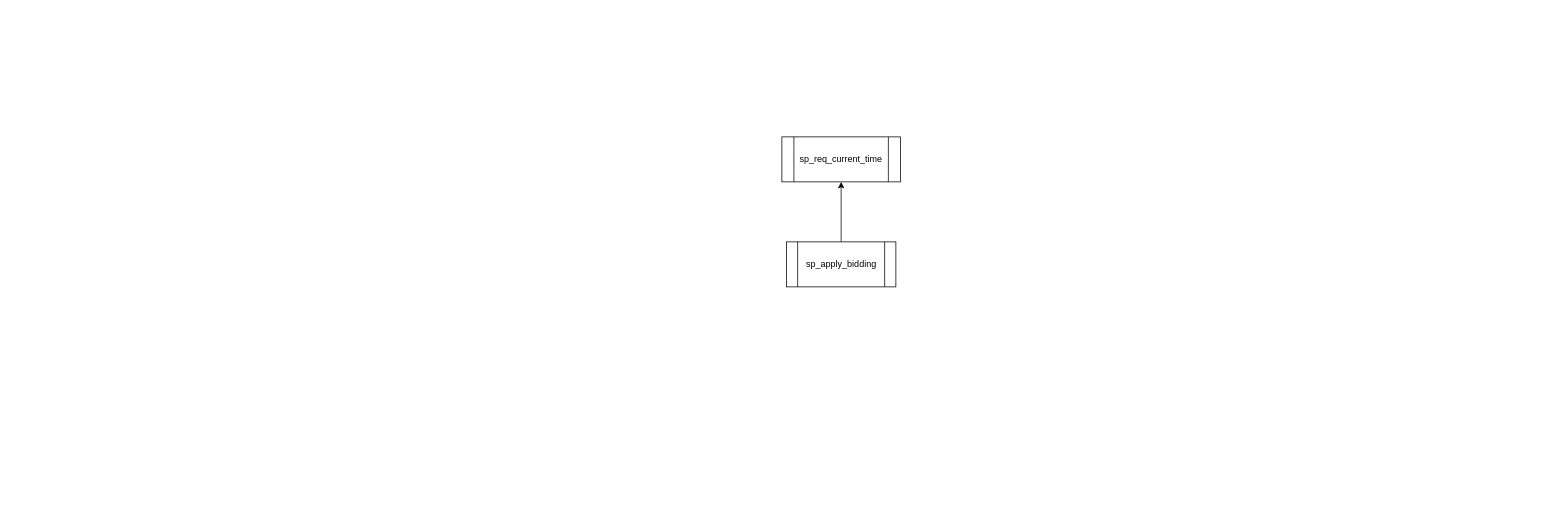
Earlier version of the draw.io diagram sp_apply_bidding.drawio (Leo-Nam/chium_draw). Source tidied: cells renumbered, new cells numbered last; positions are measured from the earlier drawing's top-left corner, leaving out a move shared by most shapes. Both pictures are drawn from the tidied source at 75%, with x=0, y=0 at pixel (782, 136).
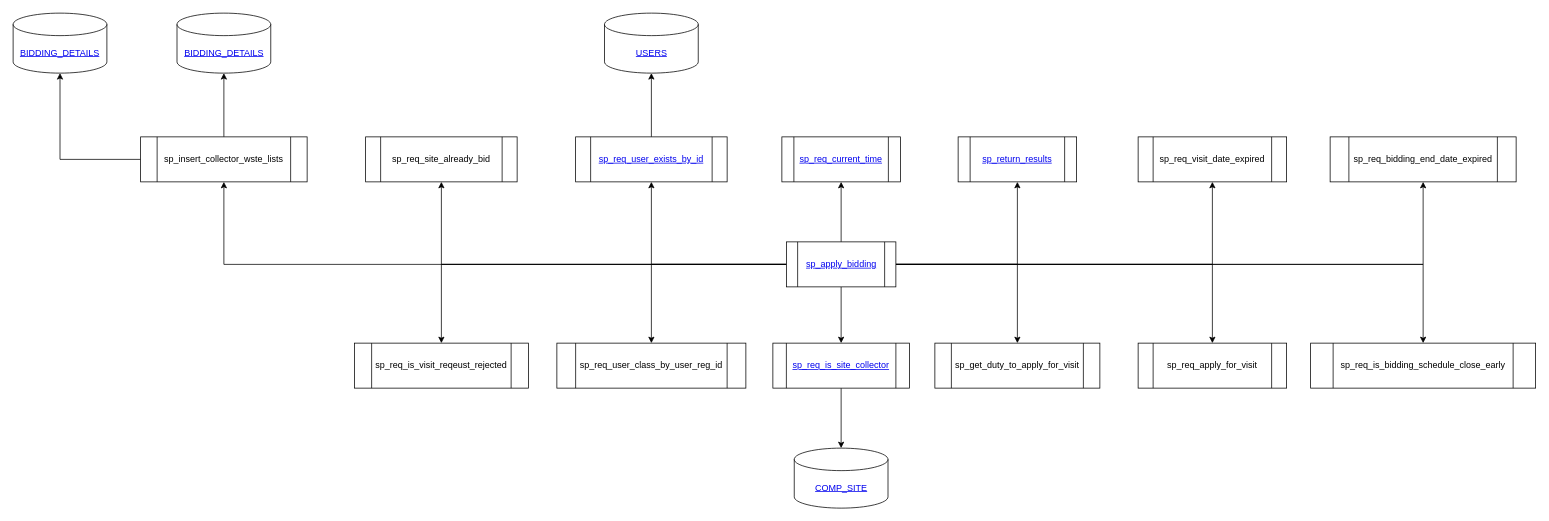
The same diagram, later.

Commit message (it also covers changes not shown here):
sp_insert_collector_wste_lists

The edit, as a diff of the source:
```diff
@@
+    <mxCell id="5" style="edgeStyle=orthogonalEdgeStyle;rounded=0;jettySize=auto;html=1;entryX=0.5;entryY=1;entryDx=0;entryDy=0;" parent="1" edge="1" source="3" target="17">
+      <mxGeometry relative="1" as="geometry" />
+    </mxCell>
+    <mxCell id="6" style="edgeStyle=orthogonalEdgeStyle;rounded=0;jettySize=auto;html=1;entryX=0.5;entryY=1;entryDx=0;entryDy=0;" parent="1" edge="1" source="3" target="19">
+      <mxGeometry relative="1" as="geometry" />
+    </mxCell>
+    <mxCell id="7" style="edgeStyle=orthogonalEdgeStyle;rounded=0;jettySize=auto;html=1;entryX=0.5;entryY=1;entryDx=0;entryDy=0;" parent="1" edge="1" source="3" target="20">
+      <mxGeometry relative="1" as="geometry" />
+    </mxCell>
+    <mxCell id="8" style="edgeStyle=orthogonalEdgeStyle;rounded=0;jettySize=auto;html=1;entryX=0.5;entryY=0;entryDx=0;entryDy=0;" parent="1" edge="1" source="3" target="21">
+      <mxGeometry relative="1" as="geometry" />
+    </mxCell>
+    <mxCell id="9" style="edgeStyle=orthogonalEdgeStyle;rounded=0;jettySize=auto;html=1;" parent="1" edge="1" source="3" target="23">
+      <mxGeometry relative="1" as="geometry" />
+    </mxCell>
+    <mxCell id="10" style="edgeStyle=orthogonalEdgeStyle;rounded=0;jettySize=auto;html=1;entryX=0.5;entryY=0;entryDx=0;entryDy=0;" parent="1" edge="1" source="3" target="26">
+      <mxGeometry relative="1" as="geometry" />
+    </mxCell>
+    <mxCell id="11" style="edgeStyle=orthogonalEdgeStyle;rounded=0;jettySize=auto;html=1;entryX=0.5;entryY=1;entryDx=0;entryDy=0;" parent="1" edge="1" source="3" target="27">
+      <mxGeometry relative="1" as="geometry" />
+    </mxCell>
+    <mxCell id="12" style="edgeStyle=orthogonalEdgeStyle;rounded=0;jettySize=auto;html=1;entryX=0.5;entryY=0;entryDx=0;entryDy=0;" parent="1" edge="1" source="3" target="28">
+      <mxGeometry relative="1" as="geometry" />
+    </mxCell>
+    <mxCell id="13" style="edgeStyle=orthogonalEdgeStyle;rounded=0;jettySize=auto;html=1;entryX=0.5;entryY=0;entryDx=0;entryDy=0;" parent="1" edge="1" source="3" target="29">
+      <mxGeometry relative="1" as="geometry" />
+    </mxCell>
+    <mxCell id="14" style="edgeStyle=orthogonalEdgeStyle;rounded=0;jettySize=auto;html=1;entryX=0.5;entryY=1;entryDx=0;entryDy=0;" parent="1" edge="1" source="3" target="30">
+      <mxGeometry relative="1" as="geometry" />
+    </mxCell>
+    <mxCell id="15" style="edgeStyle=orthogonalEdgeStyle;rounded=0;jettySize=auto;html=1;entryX=0.5;entryY=0;entryDx=0;entryDy=0;" parent="1" edge="1" source="3" target="31">
+      <mxGeometry relative="1" as="geometry" />
+    </mxCell>
+    <mxCell id="16" style="edgeStyle=orthogonalEdgeStyle;rounded=0;jettySize=auto;html=1;entryX=0.5;entryY=1;entryDx=0;entryDy=0;" parent="1" edge="1" source="3" target="34">
+      <mxGeometry relative="1" as="geometry" />
+    </mxCell>
-    <mxCell id="3" value="sp_apply_bidding" style="shape=process;whiteSpace=wrap;html=1;backgroundOutline=1;" parent="1" vertex="1">
+    <mxCell id="3" value="&lt;a href=&quot;https://github.com/Leo-Nam/chium_draw/blob/master/sp_apply_bidding.drawio&quot;&gt;sp_apply_bidding&lt;/a&gt;" style="shape=process;whiteSpace=wrap;html=1;backgroundOutline=1;" parent="1" vertex="1">
       <mxGeometry x="6" y="140" width="146" height="60" as="geometry" />
     </mxCell>
-    <mxCell id="4" value="sp_req_current_time" style="shape=process;whiteSpace=wrap;html=1;backgroundOutline=1;" parent="1" vertex="1">
+    <mxCell id="4" value="&lt;a href=&quot;https://www.notion.so/sp_req_current_time-1454565caebf4d388516896cf44f081d&quot;&gt;sp_req_current_time&lt;/a&gt;" style="shape=process;whiteSpace=wrap;html=1;backgroundOutline=1;" parent="1" vertex="1">
       <mxGeometry width="158" height="60" as="geometry" />
     </mxCell>
+    <mxCell id="17" value="&lt;a href=&quot;https://www.notion.so/sp_return_results-b1f5b4a13f4d4b1788f853a92adec7d1&quot;&gt;sp_return_results&lt;/a&gt;" style="shape=process;whiteSpace=wrap;html=1;backgroundOutline=1;" parent="1" vertex="1">
+      <mxGeometry x="235" width="158" height="60" as="geometry" />
+    </mxCell>
+    <mxCell id="18" style="edgeStyle=orthogonalEdgeStyle;rounded=0;jettySize=auto;html=1;entryX=0.5;entryY=1;entryDx=0;entryDy=0;entryPerimeter=0;" parent="1" edge="1" source="19" target="25">
+      <mxGeometry relative="1" as="geometry" />
+    </mxCell>
+    <mxCell id="19" value="&lt;a href=&quot;https://github.com/Leo-Nam/chium_draw/blob/master/sp_req_user_exists_by_id.drawio&quot;&gt;sp_req_user_exists_by_id&lt;/a&gt;" style="shape=process;whiteSpace=wrap;html=1;backgroundOutline=1;" parent="1" vertex="1">
+      <mxGeometry x="-275" width="202" height="60" as="geometry" />
+    </mxCell>
+    <mxCell id="20" value="sp_req_site_already_bid" style="shape=process;whiteSpace=wrap;html=1;backgroundOutline=1;" parent="1" vertex="1">
+      <mxGeometry x="-555" width="202" height="60" as="geometry" />
+    </mxCell>
+    <mxCell id="21" value="sp_req_user_class_by_user_reg_id" style="shape=process;whiteSpace=wrap;html=1;backgroundOutline=1;" parent="1" vertex="1">
+      <mxGeometry x="-300" y="275" width="252" height="60" as="geometry" />
+    </mxCell>
+    <mxCell id="22" style="edgeStyle=orthogonalEdgeStyle;rounded=0;jettySize=auto;html=1;" parent="1" edge="1" source="23" target="24">
+      <mxGeometry relative="1" as="geometry" />
+    </mxCell>
+    <mxCell id="23" value="&lt;a href=&quot;https://github.com/Leo-Nam/chium_draw/blob/master/sp_req_is_site_collector.drawio&quot;&gt;sp_req_is_site_collector&lt;/a&gt;" style="shape=process;whiteSpace=wrap;html=1;backgroundOutline=1;" parent="1" vertex="1">
+      <mxGeometry x="-12" y="275" width="182" height="60" as="geometry" />
+    </mxCell>
+    <mxCell id="24" value="&lt;a href=&quot;https://www.notion.so/COMP_SITE-accb03cb0e274fda9f742a88703b821a&quot;&gt;COMP_SITE&lt;/a&gt;" style="shape=cylinder3;whiteSpace=wrap;html=1;boundedLbl=1;backgroundOutline=1;size=15;" parent="1" vertex="1">
+      <mxGeometry x="16.5" y="415" width="125" height="80" as="geometry" />
+    </mxCell>
+    <mxCell id="25" value="&lt;a href=&quot;https://www.notion.so/USERS-20656cfbb07d4dedb33482dccb7d81cd&quot;&gt;USERS&lt;/a&gt;" style="shape=cylinder3;whiteSpace=wrap;html=1;boundedLbl=1;backgroundOutline=1;size=15;" parent="1" vertex="1">
+      <mxGeometry x="-236.5" y="-165" width="125" height="80" as="geometry" />
+    </mxCell>
+    <mxCell id="26" value="sp_get_duty_to_apply_for_visit" style="shape=process;whiteSpace=wrap;html=1;backgroundOutline=1;" parent="1" vertex="1">
+      <mxGeometry x="204" y="275" width="220" height="60" as="geometry" />
+    </mxCell>
+    <mxCell id="27" value="sp_req_visit_date_expired" style="shape=process;whiteSpace=wrap;html=1;backgroundOutline=1;" parent="1" vertex="1">
+      <mxGeometry x="475" width="198" height="60" as="geometry" />
+    </mxCell>
+    <mxCell id="28" value="sp_req_apply_for_visit" style="shape=process;whiteSpace=wrap;html=1;backgroundOutline=1;" parent="1" vertex="1">
+      <mxGeometry x="475" y="275" width="198" height="60" as="geometry" />
+    </mxCell>
+    <mxCell id="29" value="sp_req_is_visit_reqeust_rejected" style="shape=process;whiteSpace=wrap;html=1;backgroundOutline=1;" parent="1" vertex="1">
+      <mxGeometry x="-570" y="275" width="232" height="60" as="geometry" />
+    </mxCell>
+    <mxCell id="30" value="sp_req_bidding_end_date_expired" style="shape=process;whiteSpace=wrap;html=1;backgroundOutline=1;" parent="1" vertex="1">
+      <mxGeometry x="731" width="248" height="60" as="geometry" />
+    </mxCell>
+    <mxCell id="31" value="sp_req_is_bidding_schedule_close_early" style="shape=process;whiteSpace=wrap;html=1;backgroundOutline=1;" parent="1" vertex="1">
+      <mxGeometry x="705" y="275" width="300" height="60" as="geometry" />
+    </mxCell>
+    <mxCell id="32" style="edgeStyle=orthogonalEdgeStyle;rounded=0;jettySize=auto;html=1;" parent="1" edge="1" source="34" target="35">
+      <mxGeometry relative="1" as="geometry" />
+    </mxCell>
+    <mxCell id="33" style="edgeStyle=orthogonalEdgeStyle;rounded=0;jettySize=auto;html=1;" parent="1" edge="1" source="34" target="36">
+      <mxGeometry relative="1" as="geometry" />
+    </mxCell>
+    <mxCell id="34" value="sp_insert_collector_wste_lists" style="shape=process;whiteSpace=wrap;html=1;backgroundOutline=1;" parent="1" vertex="1">
+      <mxGeometry x="-855" width="222" height="60" as="geometry" />
+    </mxCell>
+    <mxCell id="35" value="&lt;a href=&quot;https://www.notion.so/BIDDING_DETAILS-7c8f3526888945e1bb55d0cbd1e3f9e1&quot;&gt;BIDDING_DETAILS&lt;/a&gt;" style="shape=cylinder3;whiteSpace=wrap;html=1;boundedLbl=1;backgroundOutline=1;size=15;" parent="1" vertex="1">
+      <mxGeometry x="-806.5" y="-165" width="125" height="80" as="geometry" />
+    </mxCell>
+    <mxCell id="36" value="&lt;a href=&quot;https://www.notion.so/BIDDING_DETAILS-7c8f3526888945e1bb55d0cbd1e3f9e1&quot;&gt;BIDDING_DETAILS&lt;/a&gt;" style="shape=cylinder3;whiteSpace=wrap;html=1;boundedLbl=1;backgroundOutline=1;size=15;" parent="1" vertex="1">
+      <mxGeometry x="-1025" y="-165" width="125" height="80" as="geometry" />
+    </mxCell>
```
